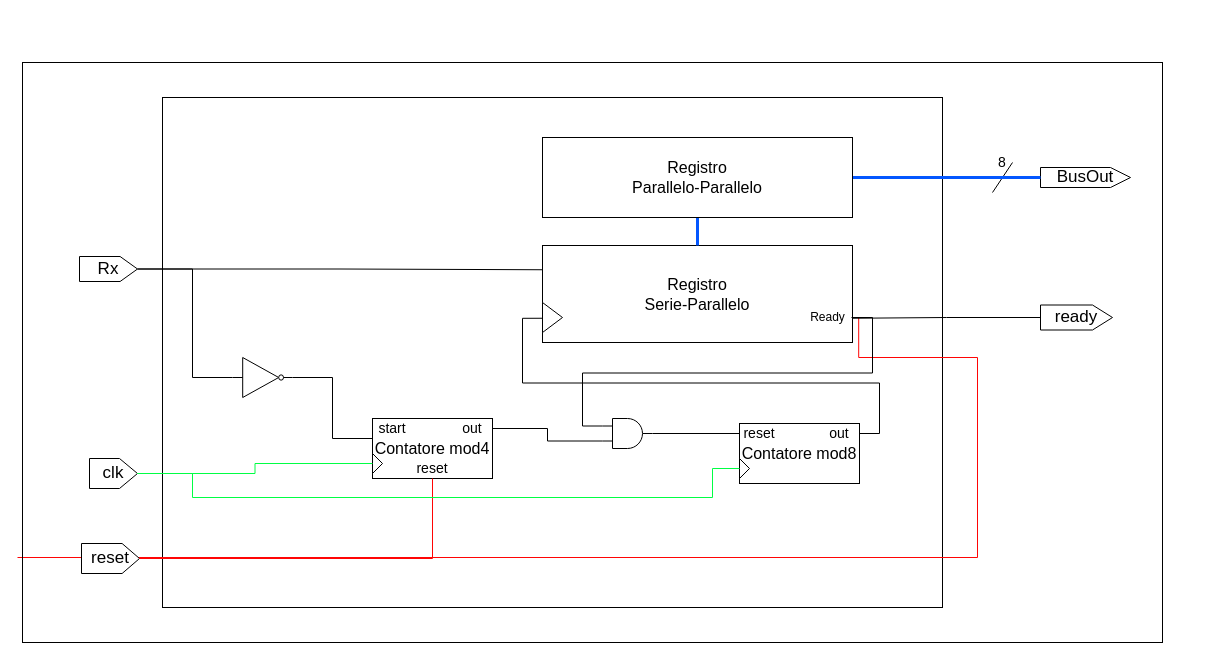
The draw.io diagram page "Deserializer" (8 of 12) of Uart.drawio in FlavioRenzi/UART_Project, before the edit. Source tidied: cells renumbered, new cells numbered last; positions are measured from the earlier drawing's top-left corner, leaving out a move shared by most shapes. Both pictures are drawn from the tidied source at 100%, with x=0, y=0 at pixel (17, 62).
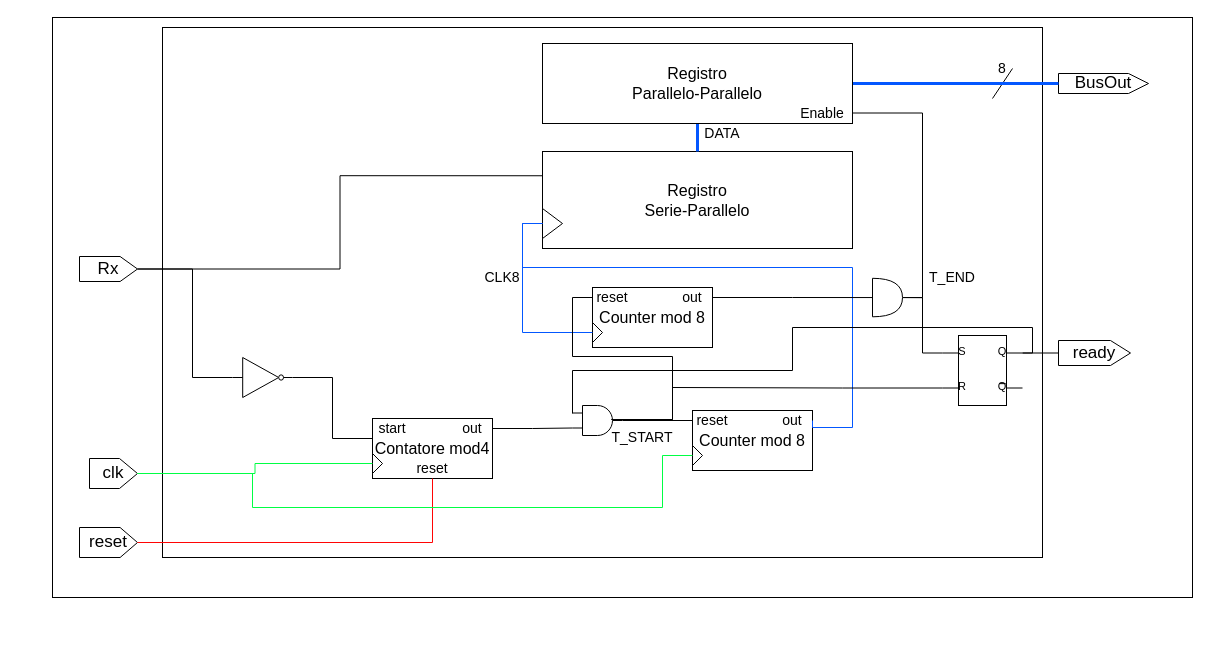
Above is the later version.

The change refers to these unchanged cells:
```xml
<mxCell id="3" value="clk" style="shape=offPageConnector;whiteSpace=wrap;html=1;rotation=0;size=0.375;direction=north;fontSize=17;" parent="1" vertex="1">
  <mxGeometry x="72" y="396" width="48" height="30" as="geometry" />
</mxCell>
<mxCell id="18" style="triangle;whiteSpace=wrap;html=1;fontSize=16;fillColor=#ffffff;" parent="16" vertex="1">
  <mxGeometry y="35" width="10" height="20" as="geometry" />
</mxCell>
<mxCell id="19" value="out" style="text;html=1;strokeColor=none;fillColor=none;align=center;verticalAlign=middle;whiteSpace=wrap;rounded=0;fontSize=14;" parent="16" vertex="1">
  <mxGeometry x="80" width="40" height="20" as="geometry" />
</mxCell>
```

What changed in the source:
```diff
@@
+    <mxCell id="27" style="rounded=0;whiteSpace=wrap;html=1;fontSize=14;fontColor=#FF0505;fillColor=none;" parent="1" vertex="1">
+      <mxGeometry x="35" y="-45" width="1140" height="580" as="geometry" />
+    </mxCell>
     <mxCell id="2" style="rounded=0;whiteSpace=wrap;html=1;fillColor=none;" parent="1" vertex="1">
-      <mxGeometry x="145" y="35" width="780" height="510" as="geometry" />
+      <mxGeometry x="145" y="-35" width="880" height="530" as="geometry" />
     </mxCell>
@@
-    <mxCell id="4" style="edgeStyle=orthogonalEdgeStyle;rounded=0;orthogonalLoop=1;jettySize=auto;html=1;fontSize=14;fontColor=#FF0505;endArrow=none;endFill=0;strokeColor=#FF0505;entryX=0.513;entryY=1.005;entryDx=0;entryDy=0;entryPerimeter=0;" parent="1" edge="1">
-      <mxGeometry relative="1" as="geometry">
-        <mxPoint y="495" as="sourcePoint" />
-        <mxPoint x="841.2" y="255.4" as="targetPoint" />
-        <Array as="points">
-          <mxPoint x="960" y="295" />
-          <mxPoint x="841" y="295" />
-        </Array>
-      </mxGeometry>
-    </mxCell>
     <mxCell id="5" value="reset" style="shape=offPageConnector;whiteSpace=wrap;html=1;rotation=0;size=0.3;direction=north;fontSize=17;" parent="1" vertex="1">
-      <mxGeometry x="64" y="481" width="58" height="30" as="geometry" />
+      <mxGeometry x="62" y="465" width="58" height="30" as="geometry" />
     </mxCell>
     <mxCell id="6" value="BusOut" style="shape=offPageConnector;whiteSpace=wrap;html=1;rotation=0;size=0.2222222222222222;direction=north;fontSize=17;" parent="1" vertex="1">
-      <mxGeometry x="1023" y="105" width="90" height="20" as="geometry" />
+      <mxGeometry x="1041" y="11" width="90" height="20" as="geometry" />
     </mxCell>
@@
     <mxCell id="16" style="group;" parent="1" vertex="1">
-      <mxGeometry x="722" y="361" width="120" height="60" as="geometry" />
+      <mxGeometry x="675" y="348" width="120" height="60" as="geometry" />
     </mxCell>
-    <mxCell id="17" value="Contatore mod8" style="rounded=0;whiteSpace=wrap;html=1;fontSize=16;" parent="16" vertex="1">
+    <mxCell id="17" value="Counter mod 8" style="rounded=0;whiteSpace=wrap;html=1;fontSize=16;" parent="16" vertex="1">
       <mxGeometry width="120" height="60" as="geometry" />
     </mxCell>
@@
     <mxCell id="25" style="endArrow=none;html=1;fontSize=14;fontColor=#FF0505;" parent="1" edge="1">
       <mxGeometry relative="1" as="geometry">
-        <mxPoint x="975" y="130" as="sourcePoint" />
-        <mxPoint x="995" y="100" as="targetPoint" />
+        <mxPoint x="975" y="36" as="sourcePoint" />
+        <mxPoint x="995" y="6" as="targetPoint" />
       </mxGeometry>
     </mxCell>
     <mxCell id="26" value="&lt;font color=&quot;#000000&quot;&gt;8&lt;/font&gt;" style="text;html=1;strokeColor=none;fillColor=none;align=center;verticalAlign=middle;whiteSpace=wrap;rounded=0;fontSize=14;fontColor=#FF0505;" parent="1" vertex="1">
-      <mxGeometry x="965" y="90" width="40" height="20" as="geometry" />
+      <mxGeometry x="965" y="-4" width="40" height="20" as="geometry" />
     </mxCell>
-    <mxCell id="27" style="rounded=0;whiteSpace=wrap;html=1;fontSize=14;fontColor=#FF0505;fillColor=none;" parent="1" vertex="1">
-      <mxGeometry x="5" width="1140" height="580" as="geometry" />
-    </mxCell>
-    <mxCell id="28" style="edgeStyle=orthogonalEdgeStyle;rounded=0;jettySize=auto;html=1;exitX=0.5;exitY=0;exitDx=0;exitDy=0;entryX=1;entryY=0.75;entryDx=0;entryDy=0;labelBackgroundColor=#00FF44;fontColor=#00FF44;endArrow=none;endFill=0;strokeWidth=1;" parent="1" edge="1" source="29" target="30">
-      <mxGeometry relative="1" as="geometry" />
-    </mxCell>
+    <mxCell id="42" style="edgeStyle=orthogonalEdgeStyle;rounded=0;jettySize=auto;html=1;exitX=0.5;exitY=0;exitDx=0;exitDy=0;entryX=1;entryY=0.25;entryDx=0;entryDy=0;entryPerimeter=0;endArrow=none;endFill=0;" parent="1" edge="1" source="29" target="53">
+      <mxGeometry relative="1" as="geometry" />
+    </mxCell>
     <mxCell id="29" value="ready" style="shape=offPageConnector;whiteSpace=wrap;html=1;rotation=0;size=0.2777777777777778;direction=north;fontSize=17;" parent="1" vertex="1">
-      <mxGeometry x="1023" y="242.5" width="72" height="25" as="geometry" />
+      <mxGeometry x="1041" y="278" width="72" height="25" as="geometry" />
     </mxCell>
     <mxCell id="30" value="Registro &lt;br&gt;Serie-Parallelo" style="rounded=0;whiteSpace=wrap;html=1;fontSize=16;" parent="1" vertex="1">
-      <mxGeometry x="525" y="183" width="310" height="97" as="geometry" />
+      <mxGeometry x="525" y="89" width="310" height="97" as="geometry" />
     </mxCell>
@@
     <mxCell id="33" value="Registro &lt;br&gt;Parallelo-Parallelo" style="rounded=0;whiteSpace=wrap;html=1;fontSize=16;" parent="1" vertex="1">
-      <mxGeometry x="525" y="75" width="310" height="80" as="geometry" />
+      <mxGeometry x="525" y="-19" width="310" height="80" as="geometry" />
     </mxCell>
@@
-    <mxCell id="35" style="edgeStyle=orthogonalEdgeStyle;rounded=0;jettySize=auto;html=1;exitX=0;exitY=0.25;exitDx=0;exitDy=0;exitPerimeter=0;entryX=0.98;entryY=0.5;entryDx=0;entryDy=0;entryPerimeter=0;endArrow=none;endFill=0;" parent="1" edge="1" source="36" target="38">
-      <mxGeometry relative="1" as="geometry" />
-    </mxCell>
     <mxCell id="36" style="verticalLabelPosition=bottom;shadow=0;dashed=0;align=center;html=1;verticalAlign=top;shape=mxgraph.electrical.logic_gates.logic_gate;operation=and;" parent="1" vertex="1">
-      <mxGeometry x="585" y="356" width="50" height="30" as="geometry" />
+      <mxGeometry x="555" y="343" width="50" height="30" as="geometry" />
     </mxCell>
@@
-    <mxCell id="38" value="Ready" style="text;html=1;align=center;verticalAlign=middle;points=[];strokeColor=none;" parent="1" vertex="1">
-      <mxGeometry x="785" y="245" width="50" height="20" as="geometry" />
-    </mxCell>
-    <mxCell id="39" style="edgeStyle=orthogonalEdgeStyle;rounded=0;jettySize=auto;html=1;exitX=1;exitY=0.5;exitDx=0;exitDy=0;entryX=0;entryY=0.75;entryDx=0;entryDy=0;endArrow=none;endFill=0;" parent="1" edge="1" source="19" target="30">
-      <mxGeometry relative="1" as="geometry" />
-    </mxCell>
     <mxCell id="40" style="triangle;whiteSpace=wrap;html=1;" parent="1" vertex="1">
-      <mxGeometry x="525" y="240" width="20" height="30" as="geometry" />
+      <mxGeometry x="525" y="146" width="20" height="30" as="geometry" />
     </mxCell>
+    <mxCell id="43" style="group;" parent="1" vertex="1">
+      <mxGeometry x="575" y="225" width="120" height="60" as="geometry" />
+    </mxCell>
+    <mxCell id="44" value="Counter mod 8" style="rounded=0;whiteSpace=wrap;html=1;fontSize=16;" parent="43" vertex="1">
+      <mxGeometry width="120" height="60" as="geometry" />
+    </mxCell>
+    <mxCell id="45" style="triangle;whiteSpace=wrap;html=1;fontSize=16;fillColor=#ffffff;" parent="43" vertex="1">
+      <mxGeometry y="35" width="10" height="20" as="geometry" />
+    </mxCell>
+    <mxCell id="46" value="out" style="text;html=1;strokeColor=none;fillColor=none;align=center;verticalAlign=middle;whiteSpace=wrap;rounded=0;fontSize=14;" parent="43" vertex="1">
+      <mxGeometry x="80" width="40" height="20" as="geometry" />
+    </mxCell>
+    <mxCell id="47" value="reset" style="text;html=1;strokeColor=none;fillColor=none;align=center;verticalAlign=middle;whiteSpace=wrap;rounded=0;fontSize=14;" parent="43" vertex="1">
+      <mxGeometry width="40" height="20" as="geometry" />
+    </mxCell>
+    <mxCell id="48" style="edgeStyle=orthogonalEdgeStyle;rounded=0;jettySize=auto;html=1;exitX=1;exitY=0.5;exitDx=0;exitDy=0;entryX=0;entryY=0.5;entryDx=0;entryDy=0;endArrow=none;endFill=0;strokeColor=#0357FF;" parent="1" edge="1" source="19" target="40">
+      <mxGeometry relative="1" as="geometry">
+        <Array as="points">
+          <mxPoint x="795" y="365" />
+          <mxPoint x="835" y="365" />
+          <mxPoint x="835" y="205" />
+          <mxPoint x="505" y="205" />
+          <mxPoint x="505" y="161" />
+        </Array>
+      </mxGeometry>
+    </mxCell>
+    <mxCell id="49" style="edgeStyle=orthogonalEdgeStyle;rounded=0;jettySize=auto;html=1;exitX=0;exitY=0.5;exitDx=0;exitDy=0;entryX=0;entryY=0.5;entryDx=0;entryDy=0;endArrow=none;endFill=0;strokeColor=#0357FF;" parent="1" edge="1" source="45" target="40">
+      <mxGeometry relative="1" as="geometry" />
+    </mxCell>
-    <mxCell id="41" style="edgeStyle=orthogonalEdgeStyle;rounded=0;jettySize=auto;html=1;exitX=0;exitY=0.5;exitDx=0;exitDy=0;entryX=0.5;entryY=1;entryDx=0;entryDy=0;endArrow=none;endFill=0;labelBackgroundColor=#00FF44;fontColor=#00FF44;strokeColor=#00FF44;" parent="1" edge="1" source="18" target="3">
+    <mxCell id="41" style="edgeStyle=orthogonalEdgeStyle;rounded=0;jettySize=auto;html=1;exitX=0;exitY=0.5;exitDx=0;exitDy=0;entryX=0.5;entryY=1;entryDx=0;entryDy=0;endArrow=none;endFill=0;fillColor=#d5e8d4;strokeColor=#00FF44;" parent="1" edge="1" source="18" target="3">
       <mxGeometry relative="1" as="geometry">
         <Array as="points">
-          <mxPoint x="695" y="406" />
-          <mxPoint x="695" y="435" />
-          <mxPoint x="175" y="435" />
-          <mxPoint x="175" y="411" />
+          <mxPoint x="645" y="393" />
+          <mxPoint x="645" y="445" />
+          <mxPoint x="235" y="445" />
+          <mxPoint x="235" y="411" />
         </Array>
       </mxGeometry>
     </mxCell>
+    <mxCell id="50" value="Enable" style="text;html=1;strokeColor=none;fillColor=none;align=center;verticalAlign=middle;whiteSpace=wrap;rounded=0;fontSize=14;" parent="1" vertex="1">
+      <mxGeometry x="775" y="40" width="60" height="21" as="geometry" />
+    </mxCell>
+    <mxCell id="51" style="edgeStyle=orthogonalEdgeStyle;rounded=0;jettySize=auto;html=1;exitX=0;exitY=0.75;exitDx=0;exitDy=0;exitPerimeter=0;endArrow=none;endFill=0;entryX=0.78;entryY=0.467;entryDx=0;entryDy=0;entryPerimeter=0;" parent="1" edge="1" source="53" target="36">
+      <mxGeometry relative="1" as="geometry">
+        <Array as="points">
+          <mxPoint x="825" y="325" />
+          <mxPoint x="655" y="325" />
+          <mxPoint x="655" y="357" />
+        </Array>
+      </mxGeometry>
+    </mxCell>
+    <mxCell id="52" style="edgeStyle=orthogonalEdgeStyle;rounded=0;jettySize=auto;html=1;exitX=1;exitY=0.25;exitDx=0;exitDy=0;exitPerimeter=0;endArrow=none;endFill=0;" parent="1" edge="1" source="53">
+      <mxGeometry relative="1" as="geometry">
+        <mxPoint x="555" y="351" as="targetPoint" />
+        <Array as="points">
+          <mxPoint x="1015" y="291" />
+          <mxPoint x="1015" y="265" />
+          <mxPoint x="775" y="265" />
+          <mxPoint x="775" y="308" />
+          <mxPoint x="555" y="308" />
+        </Array>
+      </mxGeometry>
+    </mxCell>
+    <mxCell id="53" style="verticalLabelPosition=bottom;shadow=0;dashed=0;align=center;html=1;verticalAlign=top;shape=mxgraph.electrical.logic_gates.rs_latch;" parent="1" vertex="1">
+      <mxGeometry x="925" y="273" width="80" height="70" as="geometry" />
+    </mxCell>
+    <mxCell id="54" style="edgeStyle=orthogonalEdgeStyle;rounded=0;jettySize=auto;html=1;exitX=1;exitY=0.5;exitDx=0;exitDy=0;exitPerimeter=0;entryX=1;entryY=0.5;entryDx=0;entryDy=0;endArrow=none;endFill=0;" parent="1" edge="1" source="56" target="50">
+      <mxGeometry relative="1" as="geometry" />
+    </mxCell>
+    <mxCell id="55" style="edgeStyle=orthogonalEdgeStyle;rounded=0;jettySize=auto;html=1;exitX=1;exitY=0.5;exitDx=0;exitDy=0;exitPerimeter=0;entryX=0;entryY=0.25;entryDx=0;entryDy=0;entryPerimeter=0;endArrow=none;endFill=0;" parent="1" edge="1" source="56" target="53">
+      <mxGeometry relative="1" as="geometry" />
+    </mxCell>
+    <mxCell id="56" style="shape=or;whiteSpace=wrap;html=1;" parent="1" vertex="1">
+      <mxGeometry x="855" y="215.8" width="30" height="38.5" as="geometry" />
+    </mxCell>
+    <mxCell id="57" style="edgeStyle=orthogonalEdgeStyle;rounded=0;jettySize=auto;html=1;exitX=1;exitY=0.5;exitDx=0;exitDy=0;entryX=0;entryY=0.5;entryDx=0;entryDy=0;entryPerimeter=0;endArrow=none;endFill=0;" parent="1" edge="1" source="46" target="56">
+      <mxGeometry relative="1" as="geometry" />
+    </mxCell>
+    <mxCell id="58" value="CLK8" style="text;html=1;strokeColor=none;fillColor=none;align=center;verticalAlign=middle;whiteSpace=wrap;rounded=0;fontSize=14;" parent="1" vertex="1">
+      <mxGeometry x="465" y="205" width="40" height="20" as="geometry" />
+    </mxCell>
+    <mxCell id="59" value="DATA" style="text;html=1;strokeColor=none;fillColor=none;align=center;verticalAlign=middle;whiteSpace=wrap;rounded=0;fontSize=14;" parent="1" vertex="1">
+      <mxGeometry x="685" y="61" width="40" height="20" as="geometry" />
+    </mxCell>
+    <mxCell id="60" value="T_END" style="text;html=1;strokeColor=none;fillColor=none;align=center;verticalAlign=middle;whiteSpace=wrap;rounded=0;fontSize=14;" parent="1" vertex="1">
+      <mxGeometry x="915" y="205" width="40" height="20" as="geometry" />
+    </mxCell>
+    <mxCell id="61" value="T_START" style="text;html=1;strokeColor=none;fillColor=none;align=center;verticalAlign=middle;whiteSpace=wrap;rounded=0;fontSize=14;" parent="1" vertex="1">
+      <mxGeometry x="605" y="365" width="40" height="20" as="geometry" />
+    </mxCell>
+    <mxCell id="62" style="edgeStyle=orthogonalEdgeStyle;rounded=0;jettySize=auto;html=1;exitX=0;exitY=0.5;exitDx=0;exitDy=0;entryX=0.78;entryY=0.467;entryDx=0;entryDy=0;entryPerimeter=0;endArrow=none;endFill=0;" parent="1" edge="1" source="47" target="36">
+      <mxGeometry relative="1" as="geometry">
+        <Array as="points">
+          <mxPoint x="555" y="235" />
+          <mxPoint x="555" y="294" />
+          <mxPoint x="655" y="294" />
+          <mxPoint x="655" y="357" />
+        </Array>
+      </mxGeometry>
+    </mxCell>
```
